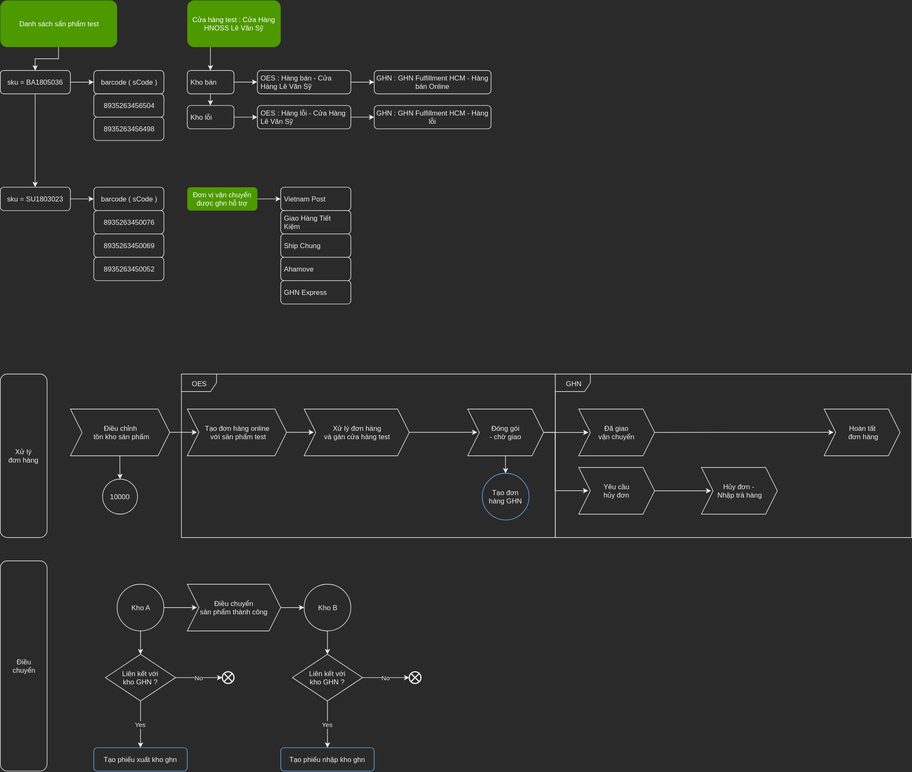
hoangtd97/OES keeps this draw.io diagram as OES-GHN-docs/flow-sync-oes-ghn.svg. Above is the earlier version. Source tidied: cells renumbered, new cells last; positions are measured from the earlier drawing's top-left corner, leaving out a move shared by most shapes.
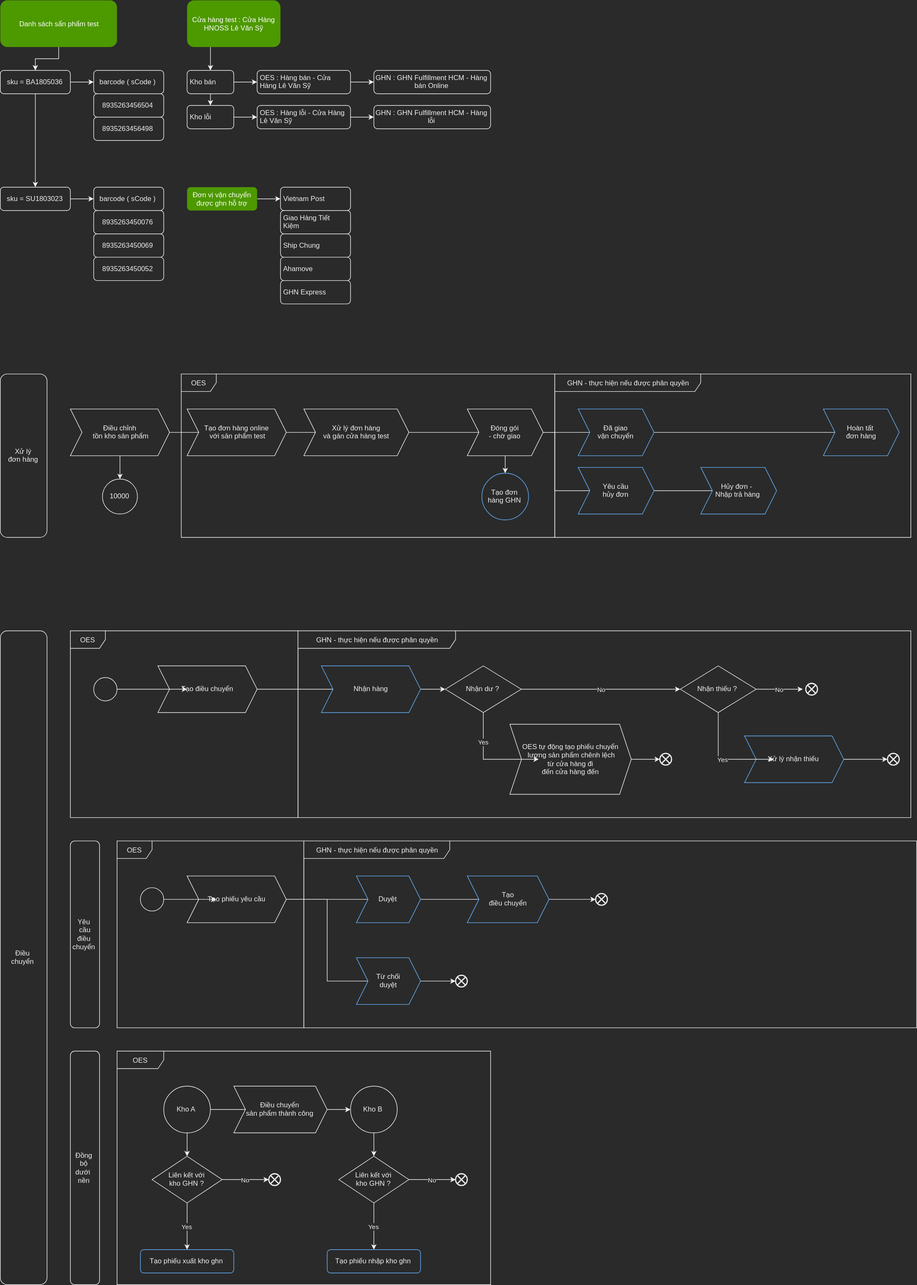
The same diagram one commit later.

Commit message:
[UDPATE] AD sync oes - ghn

Change to the diagram source:
```diff
@@ -131,7 +131,7 @@
         <mxPoint x="1090" y="740" as="sourcePoint" />
       </mxGeometry>
     </mxCell>
-    <mxCell id="41" value="Đã giao &lt;br&gt;vận chuyển" style="shape=step;perimeter=stepPerimeter;whiteSpace=wrap;html=1;fixedSize=1;rounded=0;align=center;" parent="1" vertex="1">
+    <mxCell id="41" value="Đã giao &lt;br&gt;vận chuyển" style="shape=step;perimeter=stepPerimeter;whiteSpace=wrap;html=1;fixedSize=1;rounded=0;align=center;strokeColor=#66B2FF;" parent="1" vertex="1">
       <mxGeometry x="990" y="700" width="130" height="80" as="geometry" />
     </mxCell>
     <mxCell id="42" value="10000" style="ellipse;whiteSpace=wrap;html=1;rounded=0;align=center;" parent="1" vertex="1">
@@ -140,19 +140,19 @@
     <mxCell id="43" value="OES" style="shape=umlFrame;whiteSpace=wrap;html=1;rounded=0;align=center;" parent="1" vertex="1">
       <mxGeometry x="310" y="640" width="640" height="280" as="geometry" />
     </mxCell>
-    <mxCell id="44" value="GHN" style="shape=umlFrame;whiteSpace=wrap;html=1;rounded=0;align=center;" parent="1" vertex="1">
+    <mxCell id="44" value="GHN - thực hiện nếu được phân quyền" style="shape=umlFrame;whiteSpace=wrap;html=1;rounded=0;align=center;width=250;height=30;" parent="1" vertex="1">
       <mxGeometry x="950" y="640" width="610" height="280" as="geometry" />
     </mxCell>
-    <mxCell id="45" value="Hoàn tất&lt;br&gt;&amp;nbsp;đơn hàng" style="shape=step;perimeter=stepPerimeter;whiteSpace=wrap;html=1;fixedSize=1;rounded=0;align=center;" parent="1" vertex="1">
+    <mxCell id="45" value="Hoàn tất&lt;br&gt;&amp;nbsp;đơn hàng" style="shape=step;perimeter=stepPerimeter;whiteSpace=wrap;html=1;fixedSize=1;rounded=0;align=center;strokeColor=#66B2FF;" parent="1" vertex="1">
       <mxGeometry x="1410" y="700" width="130" height="80" as="geometry" />
     </mxCell>
     <mxCell id="46" style="edgeStyle=orthogonalEdgeStyle;rounded=0;html=1;jettySize=auto;" parent="1" edge="1" source="47" target="48">
       <mxGeometry relative="1" as="geometry" />
     </mxCell>
-    <mxCell id="47" value="Yêu cầu &lt;br&gt;hủy đơn" style="shape=step;perimeter=stepPerimeter;whiteSpace=wrap;html=1;fixedSize=1;rounded=0;align=center;" parent="1" vertex="1">
+    <mxCell id="47" value="Yêu cầu &lt;br&gt;hủy đơn" style="shape=step;perimeter=stepPerimeter;whiteSpace=wrap;html=1;fixedSize=1;rounded=0;align=center;strokeColor=#66B2FF;" parent="1" vertex="1">
       <mxGeometry x="990" y="800" width="130" height="80" as="geometry" />
     </mxCell>
-    <mxCell id="48" value="Hủy đơn -&amp;nbsp;&lt;br&gt;Nhập trả hàng&lt;br&gt;" style="shape=step;perimeter=stepPerimeter;whiteSpace=wrap;html=1;fixedSize=1;rounded=0;align=center;" parent="1" vertex="1">
+    <mxCell id="48" value="Hủy đơn -&amp;nbsp;&lt;br&gt;Nhập trả hàng&lt;br&gt;" style="shape=step;perimeter=stepPerimeter;whiteSpace=wrap;html=1;fixedSize=1;rounded=0;align=center;strokeColor=#66B2FF;" parent="1" vertex="1">
       <mxGeometry x="1200" y="800" width="130" height="80" as="geometry" />
     </mxCell>
     <mxCell id="49" style="edgeStyle=orthogonalEdgeStyle;rounded=0;html=1;jettySize=auto;" parent="1" edge="1" source="50" target="51">
@@ -183,7 +183,7 @@
       <mxGeometry y="640" width="80" height="280" as="geometry" />
     </mxCell>
     <mxCell id="58" value="Điều &lt;br&gt;chuyển" style="rounded=1;whiteSpace=wrap;html=1;" parent="1" vertex="1">
-      <mxGeometry y="960" width="80" height="360" as="geometry" />
+      <mxGeometry y="1080" width="80" height="1120" as="geometry" />
     </mxCell>
     <mxCell id="59" style="edgeStyle=orthogonalEdgeStyle;rounded=0;html=1;jettySize=auto;" parent="1" edge="1" source="61" target="63">
       <mxGeometry relative="1" as="geometry" />
@@ -192,57 +192,191 @@
       <mxGeometry relative="1" as="geometry" />
     </mxCell>
     <mxCell id="61" value="Kho A" style="ellipse;whiteSpace=wrap;html=1;" parent="1" vertex="1">
-      <mxGeometry x="200" y="1000" width="80" height="80" as="geometry" />
+      <mxGeometry x="280" y="1860" width="80" height="80" as="geometry" />
     </mxCell>
     <mxCell id="62" style="edgeStyle=orthogonalEdgeStyle;rounded=0;html=1;jettySize=auto;" parent="1" edge="1" source="63" target="65">
       <mxGeometry relative="1" as="geometry" />
     </mxCell>
     <mxCell id="63" value="Điều chuyển &lt;br&gt;sản phẩm thành công" style="shape=step;perimeter=stepPerimeter;whiteSpace=wrap;html=1;fixedSize=1;rounded=0;align=center;" parent="1" vertex="1">
-      <mxGeometry x="320" y="1000" width="160" height="80" as="geometry" />
+      <mxGeometry x="400" y="1860" width="160" height="80" as="geometry" />
     </mxCell>
     <mxCell id="64" style="edgeStyle=orthogonalEdgeStyle;rounded=0;html=1;jettySize=auto;" parent="1" edge="1" source="65" target="73">
       <mxGeometry relative="1" as="geometry" />
     </mxCell>
     <mxCell id="65" value="Kho B" style="ellipse;whiteSpace=wrap;html=1;" parent="1" vertex="1">
-      <mxGeometry x="520" y="1000" width="80" height="80" as="geometry" />
+      <mxGeometry x="600" y="1860" width="80" height="80" as="geometry" />
     </mxCell>
     <mxCell id="66" value="No" style="edgeStyle=orthogonalEdgeStyle;rounded=0;html=1;jettySize=auto;" parent="1" edge="1" source="68">
       <mxGeometry relative="1" as="geometry">
-        <mxPoint x="380" y="1160" as="targetPoint" />
+        <mxPoint x="460" y="2020" as="targetPoint" />
       </mxGeometry>
     </mxCell>
     <mxCell id="67" value="Yes" style="edgeStyle=orthogonalEdgeStyle;rounded=0;html=1;jettySize=auto;" parent="1" edge="1" source="68">
       <mxGeometry relative="1" as="geometry">
-        <mxPoint x="240" y="1280" as="targetPoint" />
+        <mxPoint x="320" y="2140" as="targetPoint" />
       </mxGeometry>
     </mxCell>
     <mxCell id="68" value="Liên kết với &lt;br&gt;kho GHN ?" style="rhombus;whiteSpace=wrap;html=1;" parent="1" vertex="1">
-      <mxGeometry x="180" y="1120" width="120" height="80" as="geometry" />
+      <mxGeometry x="260" y="1980" width="120" height="80" as="geometry" />
     </mxCell>
     <mxCell id="69" style="html=1;shape=mxgraph.sysml.flowFinal;strokeWidth=2;verticalLabelPosition=bottom;verticalAlignment=top;" parent="1" vertex="1">
-      <mxGeometry x="380" y="1150" width="20" height="20" as="geometry" />
+      <mxGeometry x="460" y="2010" width="20" height="20" as="geometry" />
     </mxCell>
     <mxCell id="70" value="Tạo phiếu xuất kho ghn" style="shape=rect;html=1;rounded=1;whiteSpace=wrap;align=center;strokeColor=#66B2FF;spacing=5;" parent="1" vertex="1">
-      <mxGeometry x="160" y="1280" width="160" height="40" as="geometry" />
+      <mxGeometry x="240" y="2140" width="160" height="40" as="geometry" />
     </mxCell>
     <mxCell id="71" value="No" style="edgeStyle=orthogonalEdgeStyle;rounded=0;html=1;jettySize=auto;" parent="1" edge="1" source="73">
       <mxGeometry relative="1" as="geometry">
-        <mxPoint x="700" y="1160" as="targetPoint" />
+        <mxPoint x="780" y="2020" as="targetPoint" />
       </mxGeometry>
     </mxCell>
     <mxCell id="72" value="Yes" style="edgeStyle=orthogonalEdgeStyle;rounded=0;html=1;jettySize=auto;" parent="1" edge="1" source="73">
       <mxGeometry relative="1" as="geometry">
-        <mxPoint x="560" y="1280" as="targetPoint" />
+        <mxPoint x="640" y="2140" as="targetPoint" />
       </mxGeometry>
     </mxCell>
     <mxCell id="73" value="Liên kết với &lt;br&gt;kho GHN ?" style="rhombus;whiteSpace=wrap;html=1;" parent="1" vertex="1">
-      <mxGeometry x="500" y="1120" width="120" height="80" as="geometry" />
+      <mxGeometry x="580" y="1980" width="120" height="80" as="geometry" />
     </mxCell>
     <mxCell id="74" style="html=1;shape=mxgraph.sysml.flowFinal;strokeWidth=2;verticalLabelPosition=bottom;verticalAlignment=top;" parent="1" vertex="1">
-      <mxGeometry x="700" y="1150" width="20" height="20" as="geometry" />
+      <mxGeometry x="780" y="2010" width="20" height="20" as="geometry" />
     </mxCell>
     <mxCell id="75" value="Tạo phiếu nhập kho ghn" style="shape=rect;html=1;rounded=1;whiteSpace=wrap;align=center;strokeColor=#66B2FF;spacing=5;" parent="1" vertex="1">
-      <mxGeometry x="480" y="1280" width="160" height="40" as="geometry" />
+      <mxGeometry x="560" y="2140" width="160" height="40" as="geometry" />
     </mxCell>
+    <mxCell id="76" value="Đồng&lt;br&gt;bộ&lt;br&gt;dưới&amp;nbsp;&lt;br&gt;nền&lt;br&gt;" style="rounded=1;whiteSpace=wrap;html=1;" parent="1" vertex="1">
+      <mxGeometry x="120" y="1800" width="50" height="400" as="geometry" />
+    </mxCell>
+    <mxCell id="77" style="edgeStyle=orthogonalEdgeStyle;rounded=0;html=1;exitX=1;exitY=0.5;exitDx=0;exitDy=0;entryX=0;entryY=0.5;entryDx=0;entryDy=0;jettySize=auto;" parent="1" edge="1" source="78" target="82">
+      <mxGeometry relative="1" as="geometry" />
+    </mxCell>
+    <mxCell id="78" value="Tạo điều chuyển" style="shape=step;perimeter=stepPerimeter;whiteSpace=wrap;html=1;fixedSize=1;rounded=0;align=center;" parent="1" vertex="1">
+      <mxGeometry x="270" y="1140" width="170" height="80" as="geometry" />
+    </mxCell>
+    <mxCell id="79" value="OES" style="shape=umlFrame;whiteSpace=wrap;html=1;rounded=0;align=center;" parent="1" vertex="1">
+      <mxGeometry x="120" y="1080" width="390" height="320" as="geometry" />
+    </mxCell>
+    <mxCell id="80" value="GHN - thực hiện nếu được phân quyền" style="shape=umlFrame;whiteSpace=wrap;html=1;rounded=0;align=center;width=270;height=30;" parent="1" vertex="1">
+      <mxGeometry x="510" y="1080" width="1050" height="320" as="geometry" />
+    </mxCell>
+    <mxCell id="81" style="edgeStyle=orthogonalEdgeStyle;rounded=0;html=1;jettySize=auto;" parent="1" edge="1" source="82" target="96">
+      <mxGeometry relative="1" as="geometry" />
+    </mxCell>
+    <mxCell id="82" value="Nhận hàng" style="shape=step;perimeter=stepPerimeter;whiteSpace=wrap;html=1;fixedSize=1;rounded=0;align=center;strokeColor=#66B2FF;spacing=5;" parent="1" vertex="1">
+      <mxGeometry x="550" y="1140" width="170" height="80" as="geometry" />
+    </mxCell>
+    <mxCell id="83" style="edgeStyle=orthogonalEdgeStyle;rounded=0;html=1;exitX=1;exitY=0.5;exitDx=0;exitDy=0;entryX=0;entryY=0.5;entryDx=0;entryDy=0;entryPerimeter=0;jettySize=auto;" parent="1" edge="1" source="84" target="89">
+      <mxGeometry relative="1" as="geometry" />
+    </mxCell>
+    <mxCell id="84" value="Xử lý nhận thiếu" style="shape=step;perimeter=stepPerimeter;whiteSpace=wrap;html=1;fixedSize=1;rounded=0;align=center;strokeColor=#66B2FF;spacing=5;" parent="1" vertex="1">
+      <mxGeometry x="1275" y="1260" width="170" height="80" as="geometry" />
+    </mxCell>
+    <mxCell id="85" value="No" style="edgeStyle=orthogonalEdgeStyle;rounded=0;html=1;jettySize=auto;" parent="1" edge="1" source="87">
+      <mxGeometry relative="1" as="geometry">
+        <mxPoint x="1375" y="1180" as="targetPoint" />
+      </mxGeometry>
+    </mxCell>
+    <mxCell id="86" value="Yes" style="edgeStyle=orthogonalEdgeStyle;rounded=0;html=1;exitX=0.5;exitY=1;exitDx=0;exitDy=0;jettySize=auto;entryX=0;entryY=0.5;entryDx=0;entryDy=0;" parent="1" edge="1" source="87" target="84">
+      <mxGeometry relative="1" as="geometry">
+        <Array as="points">
+          <mxPoint x="1230" y="1300" />
+        </Array>
+      </mxGeometry>
+    </mxCell>
+    <mxCell id="87" value="Nhận thiếu ?" style="rhombus;whiteSpace=wrap;html=1;strokeColor=#f0f0f0;fillColor=#2a2a2a;rounded=0;" parent="1" vertex="1">
+      <mxGeometry x="1165" y="1140" width="130" height="80" as="geometry" />
+    </mxCell>
+    <mxCell id="88" style="html=1;shape=mxgraph.sysml.flowFinal;strokeWidth=2;verticalLabelPosition=bottom;verticalAlignment=top;" parent="1" vertex="1">
+      <mxGeometry x="1380" y="1170" width="20" height="20" as="geometry" />
+    </mxCell>
+    <mxCell id="89" style="html=1;shape=mxgraph.sysml.flowFinal;strokeWidth=2;verticalLabelPosition=bottom;verticalAlignment=top;" parent="1" vertex="1">
+      <mxGeometry x="1520" y="1290" width="20" height="20" as="geometry" />
+    </mxCell>
+    <mxCell id="90" style="edgeStyle=orthogonalEdgeStyle;rounded=0;html=1;exitX=1;exitY=0.5;exitDx=0;exitDy=0;entryX=0;entryY=0.5;entryDx=0;entryDy=0;jettySize=auto;" parent="1" edge="1" source="91" target="78">
+      <mxGeometry relative="1" as="geometry" />
+    </mxCell>
+    <mxCell id="91" style="shape=ellipse;html=1;illColor=#000000;verticalLabelPosition=bottom;verticalAlignment=top;perimeter=ellipsePerimeter;fillColor=#2a2a2a;rounded=0;" parent="1" vertex="1">
+      <mxGeometry x="160" y="1160" width="40" height="40" as="geometry" />
+    </mxCell>
+    <mxCell id="92" style="edgeStyle=orthogonalEdgeStyle;rounded=0;html=1;exitX=1;exitY=0.5;exitDx=0;exitDy=0;entryX=0;entryY=0.5;entryDx=0;entryDy=0;entryPerimeter=0;jettySize=auto;" parent="1" edge="1" source="93" target="97">
+      <mxGeometry relative="1" as="geometry" />
+    </mxCell>
+    <mxCell id="93" value="OES tự động tạo phiếu chuyển&lt;br&gt;&amp;nbsp;lượng sản phẩm chênh lệch &lt;br&gt;từ cửa hàng đi &lt;br&gt;đến cửa hàng đến" style="shape=step;perimeter=stepPerimeter;whiteSpace=wrap;html=1;fixedSize=1;rounded=0;align=center;strokeColor=#f0f0f0;" parent="1" vertex="1">
+      <mxGeometry x="873" y="1240" width="208" height="120" as="geometry" />
+    </mxCell>
+    <mxCell id="94" value="No" style="edgeStyle=orthogonalEdgeStyle;rounded=0;html=1;jettySize=auto;entryX=0;entryY=0.5;entryDx=0;entryDy=0;" parent="1" edge="1" source="96" target="87">
+      <mxGeometry relative="1" as="geometry" />
+    </mxCell>
+    <mxCell id="95" value="Yes" style="edgeStyle=orthogonalEdgeStyle;rounded=0;html=1;exitX=0.5;exitY=1;exitDx=0;exitDy=0;jettySize=auto;entryX=0;entryY=0.5;entryDx=0;entryDy=0;" parent="1" edge="1" source="96" target="93">
+      <mxGeometry x="-0.41" relative="1" as="geometry">
+        <Array as="points">
+          <mxPoint x="827.5" y="1300" />
+        </Array>
+      </mxGeometry>
+    </mxCell>
+    <mxCell id="96" value="Nhận dư ?" style="rhombus;whiteSpace=wrap;html=1;strokeColor=#f0f0f0;fillColor=#2a2a2a;rounded=0;" parent="1" vertex="1">
+      <mxGeometry x="762.5" y="1140" width="130" height="80" as="geometry" />
+    </mxCell>
+    <mxCell id="97" style="html=1;shape=mxgraph.sysml.flowFinal;strokeWidth=2;verticalLabelPosition=bottom;verticalAlignment=top;" parent="1" vertex="1">
+      <mxGeometry x="1130" y="1290" width="20" height="20" as="geometry" />
+    </mxCell>
+    <mxCell id="98" style="edgeStyle=orthogonalEdgeStyle;rounded=0;html=1;exitX=1;exitY=0.5;exitDx=0;exitDy=0;entryX=0;entryY=0.5;entryDx=0;entryDy=0;jettySize=auto;" parent="1" edge="1" source="100" target="104">
+      <mxGeometry relative="1" as="geometry" />
+    </mxCell>
+    <mxCell id="99" style="edgeStyle=orthogonalEdgeStyle;rounded=0;html=1;exitX=1;exitY=0.5;exitDx=0;exitDy=0;entryX=0;entryY=0.5;entryDx=0;entryDy=0;jettySize=auto;" parent="1" edge="1" source="100" target="111">
+      <mxGeometry relative="1" as="geometry">
+        <Array as="points">
+          <mxPoint x="560" y="1540" />
+          <mxPoint x="560" y="1680" />
+        </Array>
+      </mxGeometry>
+    </mxCell>
+    <mxCell id="100" value="Tạo phiếu yêu cầu" style="shape=step;perimeter=stepPerimeter;whiteSpace=wrap;html=1;fixedSize=1;rounded=0;align=center;" parent="1" vertex="1">
+      <mxGeometry x="320" y="1500" width="170" height="80" as="geometry" />
+    </mxCell>
+    <mxCell id="101" value="OES" style="shape=umlFrame;whiteSpace=wrap;html=1;rounded=0;align=center;" parent="1" vertex="1">
+      <mxGeometry x="200" y="1440" width="320" height="320" as="geometry" />
+    </mxCell>
+    <mxCell id="102" value="GHN - thực hiện nếu được phân quyền" style="shape=umlFrame;whiteSpace=wrap;html=1;rounded=0;align=center;width=250;height=30;" parent="1" vertex="1">
+      <mxGeometry x="520" y="1440" width="1050" height="320" as="geometry" />
+    </mxCell>
+    <mxCell id="103" style="edgeStyle=orthogonalEdgeStyle;rounded=0;html=1;jettySize=auto;" parent="1" edge="1" source="104" target="106">
+      <mxGeometry relative="1" as="geometry" />
+    </mxCell>
+    <mxCell id="104" value="Duyệt" style="shape=step;perimeter=stepPerimeter;whiteSpace=wrap;html=1;fixedSize=1;rounded=0;align=center;strokeColor=#66B2FF;spacing=5;" parent="1" vertex="1">
+      <mxGeometry x="610" y="1500" width="110" height="80" as="geometry" />
+    </mxCell>
+    <mxCell id="105" style="edgeStyle=orthogonalEdgeStyle;rounded=0;html=1;jettySize=auto;" parent="1" edge="1" source="106">
+      <mxGeometry relative="1" as="geometry">
+        <mxPoint x="1020" y="1540" as="targetPoint" />
+      </mxGeometry>
+    </mxCell>
+    <mxCell id="106" value="Tạo &lt;br&gt;điều chuyển" style="shape=step;perimeter=stepPerimeter;whiteSpace=wrap;html=1;fixedSize=1;rounded=0;align=center;strokeColor=#66B2FF;spacing=5;" parent="1" vertex="1">
+      <mxGeometry x="800" y="1500" width="140" height="80" as="geometry" />
+    </mxCell>
+    <mxCell id="107" style="edgeStyle=orthogonalEdgeStyle;rounded=0;html=1;exitX=1;exitY=0.5;exitDx=0;exitDy=0;entryX=0;entryY=0.5;entryDx=0;entryDy=0;jettySize=auto;" parent="1" edge="1" source="108" target="100">
+      <mxGeometry relative="1" as="geometry" />
+    </mxCell>
+    <mxCell id="108" style="shape=ellipse;html=1;illColor=#000000;verticalLabelPosition=bottom;verticalAlignment=top;perimeter=ellipsePerimeter;fillColor=#2a2a2a;rounded=0;" parent="1" vertex="1">
+      <mxGeometry x="240" y="1520" width="40" height="40" as="geometry" />
+    </mxCell>
+    <mxCell id="109" value="Yêu&lt;br&gt;&amp;nbsp;cầu&lt;br&gt;điều chuyển&lt;br&gt;" style="rounded=1;whiteSpace=wrap;html=1;" parent="1" vertex="1">
+      <mxGeometry x="120" y="1440" width="50" height="320" as="geometry" />
+    </mxCell>
+    <mxCell id="110" style="edgeStyle=orthogonalEdgeStyle;rounded=0;html=1;exitX=1;exitY=0.5;exitDx=0;exitDy=0;entryX=0;entryY=0.5;entryDx=0;entryDy=0;entryPerimeter=0;jettySize=auto;" parent="1" edge="1" source="111" target="112">
+      <mxGeometry relative="1" as="geometry" />
+    </mxCell>
+    <mxCell id="111" value="Từ chối &lt;br&gt;duyệt" style="shape=step;perimeter=stepPerimeter;whiteSpace=wrap;html=1;fixedSize=1;rounded=0;align=center;strokeColor=#66B2FF;spacing=5;" parent="1" vertex="1">
+      <mxGeometry x="610" y="1640" width="110" height="80" as="geometry" />
+    </mxCell>
+    <mxCell id="112" style="html=1;shape=mxgraph.sysml.flowFinal;strokeWidth=2;verticalLabelPosition=bottom;verticalAlignment=top;" parent="1" vertex="1">
+      <mxGeometry x="780" y="1670" width="20" height="20" as="geometry" />
+    </mxCell>
+    <mxCell id="113" style="html=1;shape=mxgraph.sysml.flowFinal;strokeWidth=2;verticalLabelPosition=bottom;verticalAlignment=top;" parent="1" vertex="1">
+      <mxGeometry x="1020" y="1530" width="20" height="20" as="geometry" />
+    </mxCell>
+    <mxCell id="114" value="OES" style="shape=umlFrame;whiteSpace=wrap;html=1;rounded=0;align=center;width=80;height=30;" parent="1" vertex="1">
+      <mxGeometry x="200" y="1800" width="640" height="400" as="geometry" />
+    </mxCell>
   </root>
 </mxGraphModel>
```
